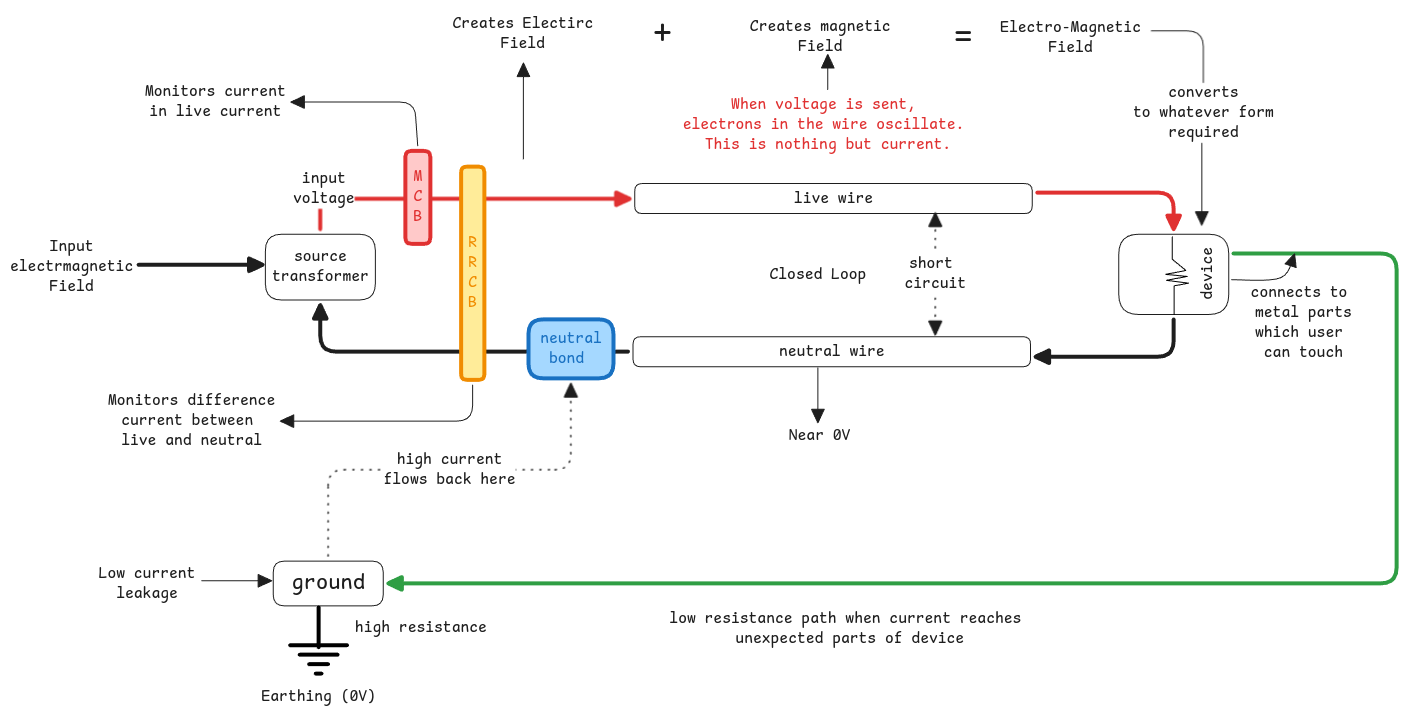
Above: static/img/closed-circuit-current-flow.excalidraw.png in swaroopar/inprogress-engineer (Excalidraw), before the change. Source tidied: one line per element, renumbered; positions are measured from the earlier drawing's top-left corner, leaving out a move shared by most shapes. The source it was exported from:
```json
{"id": 0, "type": "rectangle", "strokeColor": "#1e1e1e", "strokeWidth": 1, "roughness": 0, "round": true, "x": 625, "y": 174, "width": 398, "height": 30}
{"id": 1, "type": "text", "text": "live wire", "strokeColor": "#1e1e1e", "strokeWidth": 1, "roughness": 0, "fontSize": 16, "fontFamily": 8, "textAlign": "center", "verticalAlign": "middle", "inside": 0, "x": 784, "y": 179, "width": 79, "height": 20}
{"id": 2, "type": "rectangle", "strokeColor": "#1e1e1e", "strokeWidth": 1, "roughness": 0, "round": true, "x": 623, "y": 327, "width": 398, "height": 30}
{"id": 3, "type": "text", "text": "neutral wire", "strokeColor": "#1e1e1e", "strokeWidth": 1, "roughness": 0, "fontSize": 16, "fontFamily": 8, "textAlign": "center", "verticalAlign": "middle", "inside": 2, "x": 769, "y": 332, "width": 106, "height": 20}
{"id": 4, "type": "rectangle", "strokeColor": "#1e1e1e", "strokeWidth": 1, "roughness": 0, "round": true, "x": 255, "y": 224, "width": 110, "height": 66}
{"id": 5, "type": "text", "text": "source\ntransformer", "strokeColor": "#1e1e1e", "strokeWidth": 1, "roughness": 0, "fontSize": 16, "fontFamily": 8, "textAlign": "center", "verticalAlign": "middle", "inside": 4, "x": 262, "y": 237, "width": 97, "height": 40}
{"id": 6, "type": "arrow", "strokeColor": "#e03131", "strokeWidth": 4, "roughness": 0, "endArrowhead": "triangle", "from": 4, "x": 310, "y": 219, "width": 309, "height": 40, "points": [[0, 0], [0, -40], [4, -40], [4, -30], [309, -30]]}
{"id": 7, "type": "text", "text": "input\nvoltage", "strokeColor": "#1e1e1e", "strokeWidth": 1, "strokeStyle": "dotted", "roughness": 0, "fontSize": 16, "fontFamily": 8, "textAlign": "center", "verticalAlign": "middle", "inside": 6, "x": 283, "y": 159, "width": 62, "height": 40}
{"id": 8, "type": "arrow", "strokeColor": "#1e1e1e", "strokeWidth": 4, "roughness": 0, "endArrowhead": "triangle", "to": 4, "x": 618, "y": 342, "width": 308, "height": 47, "points": [[0, 0], [-308, 0], [-308, -47]]}
{"id": 9, "type": "rectangle", "strokeColor": "#1e1e1e", "strokeWidth": 1, "roughness": 0, "round": true, "x": 1109, "y": 224, "width": 110, "height": 80}
{"id": 10, "type": "arrow", "strokeColor": "#1e1e1e", "strokeWidth": 1, "roughness": 0, "endArrowhead": "triangle", "x": 808, "y": 358, "width": 0, "height": 55, "points": [[0, 0], [0, 55]]}
{"id": 11, "type": "text", "text": "Near 0V", "strokeColor": "#1e1e1e", "strokeWidth": 1, "roughness": 0, "fontSize": 16, "fontFamily": 8, "textAlign": "center", "x": 779, "y": 416, "width": 62, "height": 20}
{"id": 12, "type": "text", "text": "Closed Loop", "strokeColor": "#1e1e1e", "strokeWidth": 1, "roughness": 0, "fontSize": 16, "fontFamily": 8, "textAlign": "center", "x": 759, "y": 255, "width": 97, "height": 20}
{"id": 13, "type": "text", "text": "When voltage is sent, \nelectrons in the wire oscillate. \nThis is nothing but current.\n", "strokeColor": "#e03131", "strokeWidth": 4, "roughness": 0, "fontSize": 16, "fontFamily": 8, "textAlign": "center", "x": 673, "y": 85, "width": 290, "height": 80}
{"id": 14, "type": "rectangle", "strokeColor": "#1e1e1e", "strokeWidth": 1, "roughness": 0, "round": true, "x": 263, "y": 551, "width": 110, "height": 45}
{"id": 15, "type": "text", "text": "ground", "strokeColor": "#1e1e1e", "strokeWidth": 4, "roughness": 0, "fontSize": 22.25, "fontFamily": 8, "textAlign": "center", "verticalAlign": "middle", "inside": 14, "x": 282, "y": 560, "width": 73, "height": 28}
{"id": 16, "type": "text", "text": "Earthing (0V)", "strokeColor": "#1e1e1e", "strokeWidth": 1, "roughness": 0, "fontSize": 16, "fontFamily": 8, "textAlign": "center", "x": 251, "y": 677, "width": 114, "height": 20}
{"id": 17, "type": "arrow", "strokeColor": "#2f9e44", "strokeWidth": 4, "roughness": 0, "endArrowhead": "triangle", "from": 9, "to": 14, "x": 1223, "y": 243, "width": 1008, "height": 330, "points": [[0, 0], [163, 0], [163, 330], [-845, 330]]}
{"id": 18, "type": "arrow", "strokeColor": "#1e1e1e", "strokeWidth": 1, "roughness": 0, "endArrowhead": "triangle", "x": 513, "y": 149, "width": 0, "height": 96, "points": [[0, 0], [0, -96]]}
{"id": 19, "type": "text", "text": "Creates Electirc\nField", "strokeColor": "#1e1e1e", "strokeWidth": 1, "roughness": 0, "fontSize": 16, "fontFamily": 8, "textAlign": "center", "x": 442, "y": 4, "width": 141, "height": 40}
{"id": 20, "type": "arrow", "strokeColor": "#1e1e1e", "strokeWidth": 1, "roughness": 0, "endArrowhead": "triangle", "from": 13, "x": 818, "y": 80, "width": 0, "height": 35, "points": [[0, 0], [0, -35]]}
{"id": 21, "type": "text", "text": "Creates magnetic\nField", "strokeColor": "#1e1e1e", "strokeWidth": 1, "roughness": 0, "fontSize": 16, "fontFamily": 8, "textAlign": "center", "x": 740, "y": 7, "width": 141, "height": 40}
{"id": 22, "type": "text", "text": "+", "strokeColor": "#1e1e1e", "strokeWidth": 1, "roughness": 0, "fontSize": 36, "fontFamily": 8, "textAlign": "center", "x": 643, "y": 0, "width": 20, "height": 45}
{"id": 23, "type": "text", "text": "=", "strokeColor": "#1e1e1e", "strokeWidth": 1, "roughness": 0, "fontSize": 36, "fontFamily": 8, "textAlign": "center", "x": 943, "y": 5, "width": 20, "height": 45}
{"id": 24, "type": "text", "text": "Electro-Magnetic\nField", "strokeColor": "#1e1e1e", "strokeWidth": 1, "roughness": 0, "fontSize": 16, "fontFamily": 8, "textAlign": "center", "x": 990, "y": 8, "width": 141, "height": 40}
{"id": 25, "type": "text", "text": "low resistance path when current reaches \nunexpected parts of device", "strokeColor": "#1e1e1e", "strokeWidth": 1, "roughness": 0, "fontSize": 16, "fontFamily": 8, "textAlign": "center", "x": 659, "y": 599, "width": 361, "height": 40}
{"id": 26, "type": "arrow", "strokeColor": "#1e1e1e", "strokeWidth": 1, "roughness": 0, "endArrowhead": "triangle", "from": 24, "to": 9, "x": 1141, "y": 21, "width": 52, "height": 194, "points": [[0, 0], [52, 0], [52, 82], [50, 82], [50, 194]]}
{"id": 27, "type": "text", "text": "converts\nto whatever form\nrequired", "strokeColor": "#1e1e1e", "strokeWidth": 1, "roughness": 0, "fontSize": 16, "fontFamily": 8, "textAlign": "center", "verticalAlign": "middle", "inside": 26, "x": 1123, "y": 73, "width": 141, "height": 60}
{"id": 28, "type": "rectangle", "strokeColor": "#1971c2", "backgroundColor": "#a5d8ff", "fillStyle": "solid", "strokeWidth": 4, "roughness": 0, "round": true, "x": 518, "y": 309, "width": 85, "height": 59}
{"id": 29, "type": "text", "text": "neutral\nbond ", "strokeColor": "#1971c2", "backgroundColor": "#a5d8ff", "fillStyle": "solid", "strokeWidth": 4, "roughness": 0, "fontSize": 16, "fontFamily": 8, "textAlign": "center", "verticalAlign": "middle", "inside": 28, "x": 530, "y": 319, "width": 62, "height": 40}
{"id": 30, "type": "rectangle", "strokeColor": "#e03131", "backgroundColor": "#ffc9c9", "fillStyle": "solid", "strokeWidth": 4, "roughness": 0, "round": true, "x": 395, "y": 141, "width": 25, "height": 93}
{"id": 31, "type": "text", "text": "M\nC\nB", "strokeColor": "#e03131", "backgroundColor": "#ffc9c9", "fillStyle": "solid", "strokeWidth": 4, "roughness": 0, "fontSize": 16, "fontFamily": 8, "textAlign": "center", "verticalAlign": "middle", "inside": 30, "x": 403, "y": 157, "width": 9, "height": 60}
{"id": 32, "type": "arrow", "strokeColor": "#1e1e1e", "strokeWidth": 1, "strokeStyle": "dotted", "roughness": 0, "startArrowhead": "triangle", "endArrowhead": "triangle", "round": true, "x": 925, "y": 203, "width": 0, "height": 122, "points": [[0, 0], [0, 122]]}
{"id": 33, "type": "text", "text": "short \ncircuit", "strokeColor": "#1e1e1e", "strokeWidth": 1, "strokeStyle": "dashed", "roughness": 0, "fontSize": 16, "fontFamily": 8, "textAlign": "center", "verticalAlign": "middle", "inside": 32, "x": 894, "y": 244, "width": 62, "height": 40}
{"id": 34, "type": "text", "text": "high resistance", "strokeColor": "#1e1e1e", "strokeWidth": 1, "strokeStyle": "dotted", "roughness": 0, "fontSize": 16, "fontFamily": 8, "x": 345, "y": 608, "width": 132, "height": 20}
{"id": 35, "type": "arrow", "strokeColor": "#1e1e1e", "strokeWidth": 1, "strokeStyle": "dotted", "roughness": 0, "endArrowhead": "triangle", "from": 14, "to": 28, "x": 318, "y": 546, "width": 243, "height": 173, "points": [[0, 0], [0, -86], [243, -86], [243, -173]]}
{"id": 36, "type": "text", "text": "high current\nflows back here", "strokeColor": "#1e1e1e", "strokeWidth": 1, "strokeStyle": "dotted", "roughness": 0, "fontSize": 16, "fontFamily": 8, "textAlign": "center", "verticalAlign": "middle", "inside": 35, "x": 373, "y": 440, "width": 132, "height": 40}
{"id": 37, "type": "rectangle", "strokeColor": "#f08c00", "backgroundColor": "#ffec99", "fillStyle": "solid", "strokeWidth": 4, "roughness": 0, "round": true, "x": 451, "y": 157, "width": 23, "height": 213}
{"id": 38, "type": "text", "text": "R\nR\nC\nB", "strokeColor": "#f08c00", "backgroundColor": "#ffec99", "fillStyle": "solid", "strokeWidth": 4, "roughness": 0, "fontSize": 16, "fontFamily": 8, "textAlign": "center", "verticalAlign": "middle", "inside": 37, "x": 458, "y": 223, "width": 9, "height": 80}
{"id": 39, "type": "text", "text": "Monitors current\nin live current", "strokeColor": "#1e1e1e", "backgroundColor": "#ffec99", "fillStyle": "solid", "strokeWidth": 4, "roughness": 0, "fontSize": 16, "fontFamily": 8, "textAlign": "center", "x": 135, "y": 72, "width": 141, "height": 40}
{"id": 40, "type": "arrow", "strokeColor": "#1e1e1e", "backgroundColor": "#ffec99", "fillStyle": "solid", "strokeWidth": 1, "roughness": 0, "endArrowhead": "triangle", "from": 30, "to": 39, "x": 408, "y": 136, "width": 127, "height": 44, "points": [[0, 0], [-2, -44], [-127, -44]]}
{"id": 41, "type": "text", "text": "Monitors difference\ncurrent between \nlive and neutral", "strokeColor": "#1e1e1e", "backgroundColor": "#ffec99", "fillStyle": "solid", "strokeWidth": 4, "roughness": 0, "fontSize": 16, "fontFamily": 8, "textAlign": "center", "x": 98, "y": 381, "width": 167, "height": 60}
{"id": 42, "type": "arrow", "strokeColor": "#1e1e1e", "backgroundColor": "#ffec99", "fillStyle": "solid", "strokeWidth": 1, "roughness": 0, "endArrowhead": "triangle", "from": 37, "to": 41, "x": 463, "y": 375, "width": 192, "height": 36, "points": [[0, 0], [0, 36], [-192, 36]]}
{"id": 43, "type": "text", "text": "connects to \nmetal parts\nwhich user \ncan touch", "strokeColor": "#1e1e1e", "backgroundColor": "#ffec99", "fillStyle": "solid", "strokeWidth": 1, "roughness": 0, "fontSize": 16, "fontFamily": 8, "textAlign": "center", "x": 1241, "y": 273, "width": 106, "height": 80}
{"id": 44, "type": "line", "strokeColor": "#000000", "angle": 1.57, "strokeWidth": 1, "roughness": 0, "endArrowhead": "triangle", "x": 1206, "y": 269, "width": 78, "height": 23, "points": [[0, 0], [-29, 0], [-32, -14], [-34, 8], [-38, -13], [-40, 9], [-44, -12], [-56, 2], [-78, 2]]}
{"id": 45, "type": "arrow", "strokeColor": "#1e1e1e", "backgroundColor": "#ffec99", "fillStyle": "solid", "strokeWidth": 4, "roughness": 0, "endArrowhead": "triangle", "from": 9, "to": 2, "x": 1164, "y": 310, "width": 138, "height": 37, "points": [[0, 0], [0, 37], [-138, 37]]}
{"id": 46, "type": "arrow", "strokeColor": "#1e1e1e", "strokeWidth": 1, "roughness": 0, "endArrowhead": "triangle", "round": true, "from": 48, "x": 1222, "y": 270, "width": 63, "height": 26, "points": [[0, 0], [49, -2], [63, -26]]}
{"id": 47, "type": "arrow", "strokeColor": "#e03131", "strokeWidth": 4, "roughness": 0, "endArrowhead": "triangle", "to": 9, "x": 1027, "y": 183, "width": 136, "height": 37, "points": [[0, 0], [136, 0], [136, 37]]}
{"id": 48, "type": "text", "text": "device", "strokeColor": "#1e1e1e", "angle": 4.71, "strokeWidth": 4, "roughness": 0, "fontSize": 16, "fontFamily": 8, "x": 1172, "y": 253, "width": 53, "height": 20}
{"id": 49, "type": "line", "strokeColor": "#000000", "angle": 12.57, "backgroundColor": "#000000", "fillStyle": "solid", "strokeWidth": 4, "roughness": 0, "endArrowhead": "triangle", "x": 280, "y": 635, "width": 57, "height": 0, "points": [[0, 0], [57, 0]]}
{"id": 50, "type": "line", "strokeColor": "#000000", "angle": 12.57, "backgroundColor": "#000000", "fillStyle": "solid", "strokeWidth": 4, "roughness": 0, "endArrowhead": "triangle", "x": 290, "y": 645, "width": 38, "height": 0, "points": [[0, 0], [38, 0]]}
{"id": 51, "type": "line", "strokeColor": "#000000", "angle": 12.57, "backgroundColor": "#000000", "fillStyle": "solid", "strokeWidth": 4, "roughness": 0, "endArrowhead": "triangle", "x": 299, "y": 654, "width": 19, "height": 0, "points": [[0, 0], [19, 0]]}
{"id": 52, "type": "line", "strokeColor": "#000000", "angle": 12.57, "backgroundColor": "#000000", "fillStyle": "solid", "strokeWidth": 4, "roughness": 0, "endArrowhead": "triangle", "x": 306, "y": 664, "width": 6, "height": 0, "points": [[0, 0], [6, 0]]}
{"id": 53, "type": "line", "strokeColor": "#000000", "angle": 12.57, "backgroundColor": "#000000", "fillStyle": "solid", "strokeWidth": 4, "roughness": 0, "endArrowhead": "triangle", "x": 309, "y": 597, "width": 0, "height": 40, "points": [[0, 0], [0, 40]]}
{"id": 54, "type": "rectangle", "strokeColor": "transparent", "angle": 12.57, "strokeWidth": 1, "roughness": 0, "x": 269, "y": 597, "width": 80, "height": 80}
{"id": 55, "type": "arrow", "strokeColor": "#1e1e1e", "strokeWidth": 1, "roughness": 0, "endArrowhead": "triangle", "round": true, "to": 14, "x": 192, "y": 571, "width": 70, "height": 0, "points": [[0, 0], [70, 0]]}
{"id": 56, "type": "text", "text": "Low current \nleakage ", "strokeColor": "#1e1e1e", "strokeWidth": 1, "roughness": 0, "fontSize": 16, "fontFamily": 8, "textAlign": "center", "x": 89, "y": 554, "width": 106, "height": 40}
{"id": 57, "type": "arrow", "strokeColor": "#1e1e1e", "strokeWidth": 4, "roughness": 0, "endArrowhead": "triangle", "round": true, "x": 129, "y": 255, "width": 124, "height": 0, "points": [[0, 0], [124, 0]]}
{"id": 58, "type": "text", "text": "Input\nelectrmagnetic\nField", "strokeColor": "#1e1e1e", "strokeWidth": 4, "roughness": 0, "fontSize": 16, "fontFamily": 8, "textAlign": "center", "x": 0, "y": 227, "width": 123, "height": 60}
```
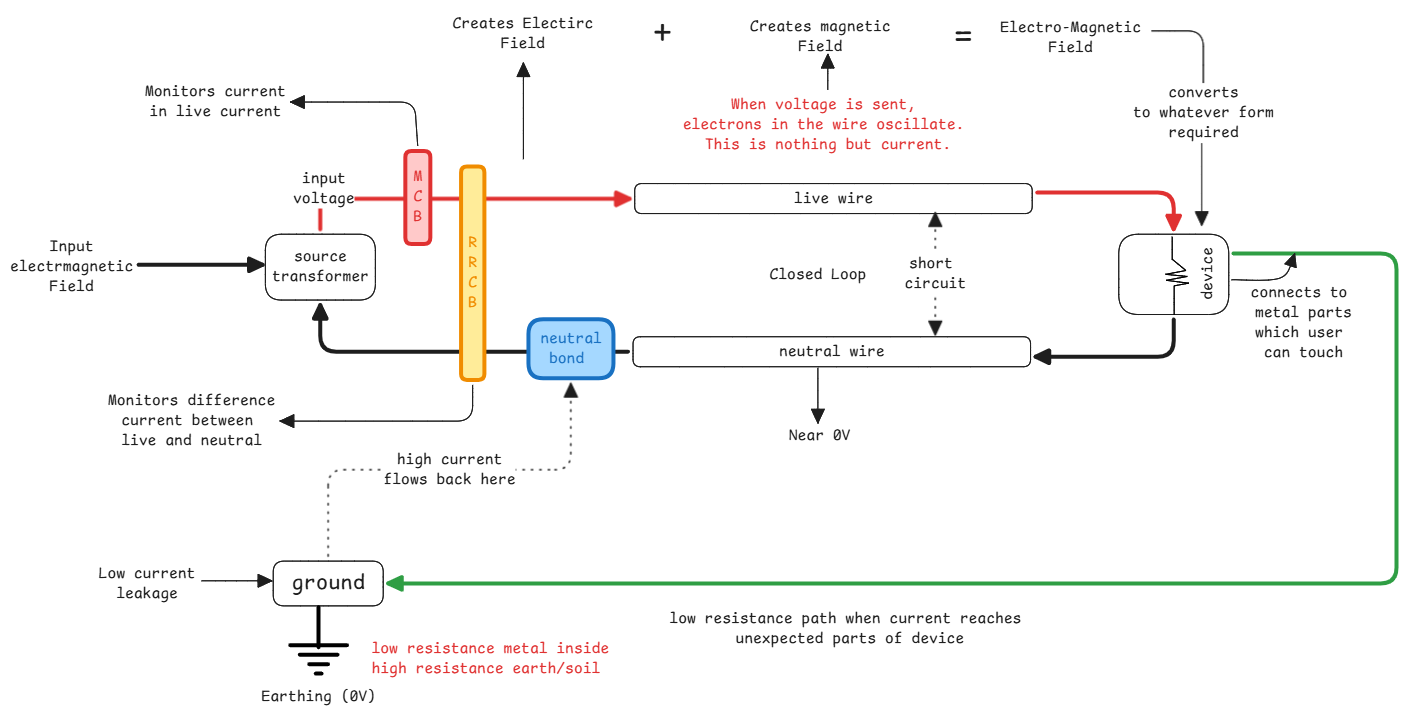
After the change.

Commit message:
fix current flow

Diff of the diagram source:
```diff
@@ -32,7 +32,7 @@
 {"id": 31, "type": "text", "text": "M\nC\nB", "strokeColor": "#e03131", "backgroundColor": "#ffc9c9", "fillStyle": "solid", "strokeWidth": 4, "roughness": 0, "fontSize": 16, "fontFamily": 8, "textAlign": "center", "verticalAlign": "middle", "inside": 30, "x": 403, "y": 157, "width": 9, "height": 60}
 {"id": 32, "type": "arrow", "strokeColor": "#1e1e1e", "strokeWidth": 1, "strokeStyle": "dotted", "roughness": 0, "startArrowhead": "triangle", "endArrowhead": "triangle", "round": true, "x": 925, "y": 203, "width": 0, "height": 122, "points": [[0, 0], [0, 122]]}
 {"id": 33, "type": "text", "text": "short \ncircuit", "strokeColor": "#1e1e1e", "strokeWidth": 1, "strokeStyle": "dashed", "roughness": 0, "fontSize": 16, "fontFamily": 8, "textAlign": "center", "verticalAlign": "middle", "inside": 32, "x": 894, "y": 244, "width": 62, "height": 40}
-{"id": 34, "type": "text", "text": "high resistance", "strokeColor": "#1e1e1e", "strokeWidth": 1, "strokeStyle": "dotted", "roughness": 0, "fontSize": 16, "fontFamily": 8, "x": 345, "y": 608, "width": 132, "height": 20}
+{"id": 34, "type": "text", "text": "low resistance metal inside\nhigh resistance earth/soil", "strokeColor": "#e03131", "strokeWidth": 1, "strokeStyle": "dotted", "roughness": 0, "fontSize": 16, "fontFamily": 8, "x": 362, "y": 629, "width": 247, "height": 40}
 {"id": 35, "type": "arrow", "strokeColor": "#1e1e1e", "strokeWidth": 1, "strokeStyle": "dotted", "roughness": 0, "endArrowhead": "triangle", "from": 14, "to": 28, "x": 318, "y": 546, "width": 243, "height": 173, "points": [[0, 0], [0, -86], [243, -86], [243, -173]]}
 {"id": 36, "type": "text", "text": "high current\nflows back here", "strokeColor": "#1e1e1e", "strokeWidth": 1, "strokeStyle": "dotted", "roughness": 0, "fontSize": 16, "fontFamily": 8, "textAlign": "center", "verticalAlign": "middle", "inside": 35, "x": 373, "y": 440, "width": 132, "height": 40}
 {"id": 37, "type": "rectangle", "strokeColor": "#f08c00", "backgroundColor": "#ffec99", "fillStyle": "solid", "strokeWidth": 4, "roughness": 0, "round": true, "x": 451, "y": 157, "width": 23, "height": 213}
```
